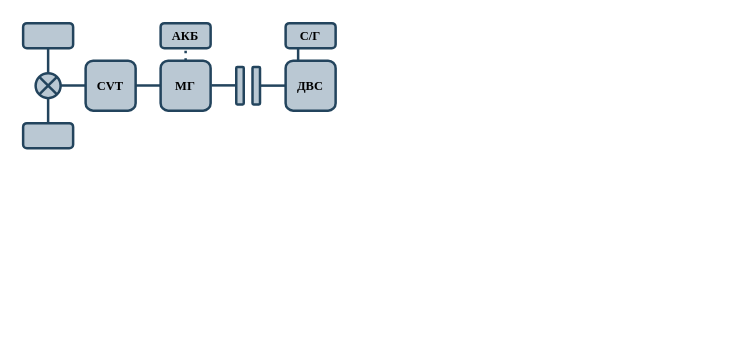
The draw.io diagram МояСхема.drawio in IbrahimDzheby/Diplom, before the edit. Source tidied: cells renumbered, new cells numbered last; positions are measured from the earlier drawing's top-left corner, leaving out a move shared by most shapes. Both pictures are drawn from the tidied source at 125%, with x=0, y=0 at pixel (22, 22).
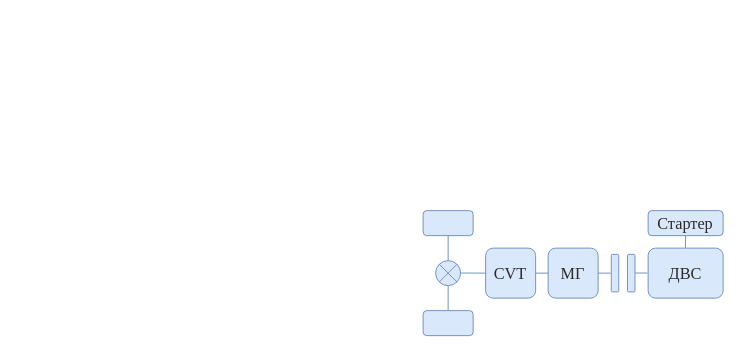
Above is the later version.

What changed in the source:
```diff
@@
-    <mxCell id="2" style="rounded=1;whiteSpace=wrap;html=1;strokeColor=#23445d;fillColor=#bac8d3;strokeWidth=2;fontStyle=1;fontSize=10;align=right;fontFamily=Times New Roman;" parent="1" vertex="1">
-      <mxGeometry x="110" y="30" width="40" height="40" as="geometry" />
-    </mxCell>
+    <mxCell id="25" style="rounded=1;whiteSpace=wrap;html=1;strokeWidth=0.75;fontStyle=0;fontSize=13;align=right;fontFamily=Times New Roman;fillColor=#dae8fc;strokeColor=#6c8ebf;fontColor=#2B2B2B;" parent="1" vertex="1">
+      <mxGeometry x="420" y="180" width="40" height="40" as="geometry" />
+    </mxCell>
-    <mxCell id="3" value="&lt;font&gt;ДВС&lt;/font&gt;" style="rounded=1;whiteSpace=wrap;html=1;strokeColor=#23445d;fillColor=#bac8d3;strokeWidth=2;fontStyle=1;fontSize=10;fontFamily=Times New Roman;" parent="1" vertex="1">
-      <mxGeometry x="210" y="30" width="40" height="40" as="geometry" />
+    <mxCell id="3" value="&lt;font&gt;ДВС&lt;/font&gt;" style="rounded=1;whiteSpace=wrap;html=1;strokeWidth=0.75;fontStyle=0;fontSize=13;fontFamily=Times New Roman;fillColor=#dae8fc;strokeColor=#6c8ebf;fontColor=#2B2B2B;" parent="1" vertex="1">
+      <mxGeometry x="500" y="180" width="60" height="40" as="geometry" />
     </mxCell>
-    <mxCell id="4" style="group;fontFamily=Times New Roman;fontSize=10;" parent="1" vertex="1">
-      <mxGeometry x="160" y="35" width="40" height="30" as="geometry" />
-    </mxCell>
-    <mxCell id="5" style="rounded=1;whiteSpace=wrap;html=1;fillColor=#bac8d3;strokeColor=#23445d;strokeWidth=2;fontFamily=Times New Roman;fontSize=10;" parent="4" vertex="1">
-      <mxGeometry x="10.5" width="6" height="30" as="geometry" />
-    </mxCell>
-    <mxCell id="6" style="rounded=1;whiteSpace=wrap;html=1;fillColor=#bac8d3;strokeColor=#23445d;strokeWidth=2;fontFamily=Times New Roman;fontSize=10;" parent="4" vertex="1">
-      <mxGeometry x="23.5" width="6" height="30" as="geometry" />
-    </mxCell>
-    <mxCell id="7" style="endArrow=none;html=1;rounded=0;strokeWidth=2;fillColor=#bac8d3;strokeColor=#23445d;entryX=0;entryY=0.5;entryDx=0;entryDy=0;fontFamily=Times New Roman;fontSize=10;" parent="4" edge="1">
-      <mxGeometry relative="1" as="geometry">
-        <mxPoint x="-9.4" y="14.8" as="sourcePoint" />
-        <mxPoint x="10.5" y="14.8" as="targetPoint" />
-      </mxGeometry>
-    </mxCell>
-    <mxCell id="8" style="endArrow=none;html=1;rounded=0;strokeWidth=2;fillColor=#bac8d3;strokeColor=#23445d;entryX=0;entryY=0.5;entryDx=0;entryDy=0;fontFamily=Times New Roman;fontSize=10;" parent="1" edge="1">
-      <mxGeometry relative="1" as="geometry">
-        <mxPoint x="190.1" y="50" as="sourcePoint" />
-        <mxPoint x="210" y="50" as="targetPoint" />
-      </mxGeometry>
-    </mxCell>
-    <mxCell id="9" value="АКБ" style="rounded=1;whiteSpace=wrap;html=1;strokeColor=#23445d;fillColor=#bac8d3;strokeWidth=2;fontStyle=1;fontSize=10;fontFamily=Times New Roman;" parent="1" vertex="1">
-      <mxGeometry x="110" width="40" height="20" as="geometry" />
-    </mxCell>
-    <mxCell id="10" style="ellipse;whiteSpace=wrap;html=1;fillColor=#bac8d3;strokeColor=#23445d;strokeWidth=2;fontFamily=Times New Roman;fontSize=10;" parent="1" vertex="1">
-      <mxGeometry x="10" y="40" width="20" height="20" as="geometry" />
-    </mxCell>
-    <mxCell id="11" style="endArrow=none;html=1;rounded=0;fontSize=10;startSize=8;endSize=8;curved=1;entryX=1;entryY=0;entryDx=0;entryDy=0;exitX=0;exitY=1;exitDx=0;exitDy=0;fillColor=#bac8d3;strokeColor=#23445d;strokeWidth=2;fontFamily=Times New Roman;" parent="1" edge="1" source="10" target="10">
-      <mxGeometry relative="1" as="geometry" />
-    </mxCell>
-    <mxCell id="12" style="endArrow=none;html=1;rounded=0;fontSize=10;startSize=8;endSize=8;curved=1;entryX=0;entryY=0;entryDx=0;entryDy=0;exitX=1;exitY=1;exitDx=0;exitDy=0;fillColor=#bac8d3;strokeColor=#23445d;strokeWidth=2;fontFamily=Times New Roman;" parent="1" edge="1" source="10" target="10">
-      <mxGeometry relative="1" as="geometry" />
-    </mxCell>
-    <mxCell id="13" style="rounded=1;whiteSpace=wrap;html=1;strokeColor=#23445d;fillColor=#bac8d3;strokeWidth=2;fontStyle=1;fontSize=10;fontFamily=Times New Roman;" parent="1" vertex="1">
-      <mxGeometry width="40" height="20" as="geometry" />
-    </mxCell>
-    <mxCell id="14" style="rounded=1;whiteSpace=wrap;html=1;strokeColor=#23445d;fillColor=#bac8d3;strokeWidth=2;fontStyle=1;fontSize=10;fontFamily=Times New Roman;" parent="1" vertex="1">
-      <mxGeometry y="80" width="40" height="20" as="geometry" />
-    </mxCell>
-    <mxCell id="15" style="endArrow=none;html=1;rounded=0;strokeWidth=2;fillColor=#bac8d3;strokeColor=#23445d;entryX=0.5;entryY=0;entryDx=0;entryDy=0;exitX=0.5;exitY=1;exitDx=0;exitDy=0;fontFamily=Times New Roman;fontSize=10;" parent="1" edge="1" source="10" target="14">
-      <mxGeometry relative="1" as="geometry" />
-    </mxCell>
-    <mxCell id="16" style="endArrow=none;html=1;rounded=0;strokeWidth=2;fillColor=#bac8d3;strokeColor=#23445d;entryX=0.5;entryY=0;entryDx=0;entryDy=0;fontFamily=Times New Roman;fontSize=10;" parent="1" edge="1" target="10">
-      <mxGeometry relative="1" as="geometry">
-        <mxPoint x="20" y="20" as="sourcePoint" />
-      </mxGeometry>
-    </mxCell>
+    <mxCell id="26" style="ellipse;whiteSpace=wrap;html=1;strokeWidth=0.75;fontFamily=Times New Roman;fontSize=13;fontStyle=0;fillColor=#dae8fc;strokeColor=#6c8ebf;fontColor=#2B2B2B;" parent="1" vertex="1">
+      <mxGeometry x="330" y="190" width="20" height="20" as="geometry" />
+    </mxCell>
+    <mxCell id="27" style="endArrow=none;html=1;rounded=0;fontSize=13;startSize=8;endSize=8;curved=1;entryX=1;entryY=0;entryDx=0;entryDy=0;exitX=0;exitY=1;exitDx=0;exitDy=0;strokeWidth=0.75;fontFamily=Times New Roman;fontStyle=0;fontColor=#2B2B2B;fillColor=#dae8fc;strokeColor=#6c8ebf;" parent="1" edge="1" source="26" target="26">
+      <mxGeometry relative="1" as="geometry" />
+    </mxCell>
+    <mxCell id="28" style="endArrow=none;html=1;rounded=0;fontSize=13;startSize=8;endSize=8;curved=1;entryX=0;entryY=0;entryDx=0;entryDy=0;exitX=1;exitY=1;exitDx=0;exitDy=0;strokeWidth=0.75;fontFamily=Times New Roman;fontStyle=0;fontColor=#2B2B2B;fillColor=#dae8fc;strokeColor=#6c8ebf;" parent="1" edge="1" source="26" target="26">
+      <mxGeometry relative="1" as="geometry" />
+    </mxCell>
+    <mxCell id="29" style="rounded=1;whiteSpace=wrap;html=1;strokeWidth=0.75;fontStyle=0;fontSize=13;fontFamily=Times New Roman;fillColor=#dae8fc;strokeColor=#6c8ebf;fontColor=#2B2B2B;" parent="1" vertex="1">
+      <mxGeometry x="320" y="150" width="40" height="20" as="geometry" />
+    </mxCell>
+    <mxCell id="30" style="rounded=1;whiteSpace=wrap;html=1;strokeWidth=0.75;fontStyle=0;fontSize=13;fontFamily=Times New Roman;fillColor=#dae8fc;strokeColor=#6c8ebf;fontColor=#2B2B2B;" parent="1" vertex="1">
+      <mxGeometry x="320" y="230" width="40" height="20" as="geometry" />
+    </mxCell>
+    <mxCell id="31" style="endArrow=none;html=1;rounded=0;strokeWidth=0.75;entryX=0.5;entryY=0;entryDx=0;entryDy=0;exitX=0.5;exitY=1;exitDx=0;exitDy=0;fontFamily=Times New Roman;fontSize=13;fontStyle=0;fontColor=#2B2B2B;fillColor=#dae8fc;strokeColor=#6c8ebf;" parent="1" edge="1" source="26" target="30">
+      <mxGeometry relative="1" as="geometry" />
+    </mxCell>
+    <mxCell id="32" style="endArrow=none;html=1;rounded=0;strokeWidth=0.75;entryX=0.5;entryY=0;entryDx=0;entryDy=0;fontFamily=Times New Roman;fontSize=13;fontStyle=0;fontColor=#2B2B2B;fillColor=#dae8fc;strokeColor=#6c8ebf;" parent="1" edge="1" target="26">
+      <mxGeometry relative="1" as="geometry">
+        <mxPoint x="340" y="170" as="sourcePoint" />
+      </mxGeometry>
+    </mxCell>
-    <mxCell id="17" value="&lt;div&gt;МГ&lt;/div&gt;" style="text;html=1;whiteSpace=wrap;strokeColor=none;fillColor=none;align=center;verticalAlign=middle;rounded=0;fontStyle=1;fontFamily=Times New Roman;fontSize=10;" parent="1" vertex="1">
-      <mxGeometry x="110" y="35" width="40" height="30" as="geometry" />
+    <mxCell id="17" value="&lt;div&gt;МГ&lt;/div&gt;" style="text;html=1;whiteSpace=wrap;align=center;verticalAlign=middle;rounded=0;fontStyle=0;fontFamily=Times New Roman;fontSize=13;strokeWidth=0.75;fillColor=#dae8fc;strokeColor=none;fontColor=#2B2B2B;" parent="1" vertex="1">
+      <mxGeometry x="430" y="185" width="20" height="30" as="geometry" />
     </mxCell>
-    <mxCell id="18" style="endArrow=none;html=1;rounded=0;fillColor=#bac8d3;strokeColor=#23445d;strokeWidth=2;entryX=0.5;entryY=1;entryDx=0;entryDy=0;dashed=1;exitX=0.5;exitY=0;exitDx=0;exitDy=0;fontFamily=Times New Roman;fontSize=10;dashPattern=1 2;" parent="1" edge="1" source="2" target="9">
-      <mxGeometry relative="1" as="geometry" />
-    </mxCell>
-    <mxCell id="19" style="rounded=1;whiteSpace=wrap;html=1;strokeColor=#23445d;fillColor=#bac8d3;strokeWidth=2;fontStyle=1;fontSize=10;align=right;fontFamily=Times New Roman;" parent="1" vertex="1">
-      <mxGeometry x="50" y="30" width="40" height="40" as="geometry" />
-    </mxCell>
+    <mxCell id="33" style="rounded=1;whiteSpace=wrap;html=1;strokeWidth=0.75;fontStyle=0;fontSize=13;align=right;fontFamily=Times New Roman;fillColor=#dae8fc;strokeColor=#6c8ebf;fontColor=#2B2B2B;" parent="1" vertex="1">
+      <mxGeometry x="370" y="180" width="40" height="40" as="geometry" />
+    </mxCell>
-    <mxCell id="20" value="&lt;div&gt;CVT&lt;/div&gt;" style="text;html=1;whiteSpace=wrap;strokeColor=none;fillColor=none;align=center;verticalAlign=middle;rounded=0;fontStyle=1;fontFamily=Times New Roman;fontSize=10;" parent="1" vertex="1">
-      <mxGeometry x="50" y="35" width="40" height="30" as="geometry" />
+    <mxCell id="20" value="&lt;div&gt;CVT&lt;/div&gt;" style="text;html=1;whiteSpace=wrap;align=center;verticalAlign=middle;rounded=0;fontStyle=0;fontFamily=Times New Roman;fontSize=13;strokeWidth=0.75;fillColor=#dae8fc;strokeColor=none;fontColor=#2B2B2B;" parent="1" vertex="1">
+      <mxGeometry x="380" y="185" width="20" height="30" as="geometry" />
     </mxCell>
-    <mxCell id="21" style="endArrow=none;html=1;rounded=0;strokeWidth=2;fillColor=#bac8d3;strokeColor=#23445d;entryX=0;entryY=0.5;entryDx=0;entryDy=0;fontFamily=Times New Roman;fontSize=10;" parent="1" edge="1">
-      <mxGeometry relative="1" as="geometry">
-        <mxPoint x="90" y="49.9" as="sourcePoint" />
-        <mxPoint x="109.9" y="49.9" as="targetPoint" />
-      </mxGeometry>
-    </mxCell>
-    <mxCell id="22" style="endArrow=none;html=1;rounded=0;strokeWidth=2;fillColor=#bac8d3;strokeColor=#23445d;entryX=0;entryY=0.5;entryDx=0;entryDy=0;fontFamily=Times New Roman;fontSize=10;" parent="1" edge="1">
-      <mxGeometry relative="1" as="geometry">
-        <mxPoint x="30.1" y="49.9" as="sourcePoint" />
-        <mxPoint x="50" y="49.9" as="targetPoint" />
-      </mxGeometry>
-    </mxCell>
-    <mxCell id="23" value="&lt;span&gt;С/Г&lt;/span&gt;" style="rounded=1;whiteSpace=wrap;html=1;strokeColor=#23445d;fillColor=#bac8d3;strokeWidth=2;fontStyle=1;fontSize=10;fontFamily=Times New Roman;" parent="1" vertex="1">
-      <mxGeometry x="210" width="40" height="20" as="geometry" />
-    </mxCell>
-    <mxCell id="24" style="endArrow=none;html=1;rounded=0;strokeWidth=2;fillColor=#bac8d3;strokeColor=#23445d;entryX=0.5;entryY=1;entryDx=0;entryDy=0;fontFamily=Times New Roman;fontSize=10;exitX=0.5;exitY=0;exitDx=0;exitDy=0;" parent="1" edge="1">
-      <mxGeometry relative="1" as="geometry">
-        <mxPoint x="220" y="30" as="sourcePoint" />
-        <mxPoint x="220" y="20" as="targetPoint" />
-      </mxGeometry>
-    </mxCell>
+    <mxCell id="34" style="endArrow=none;html=1;rounded=0;strokeWidth=0.75;fontFamily=Times New Roman;fontSize=13;fontStyle=0;fontColor=#2B2B2B;fillColor=#dae8fc;strokeColor=#6c8ebf;" parent="1" edge="1">
+      <mxGeometry relative="1" as="geometry">
+        <mxPoint x="410" y="200" as="sourcePoint" />
+        <mxPoint x="420" y="200" as="targetPoint" />
+      </mxGeometry>
+    </mxCell>
+    <mxCell id="35" style="endArrow=none;html=1;rounded=0;strokeWidth=0.75;fontFamily=Times New Roman;fontSize=13;fontStyle=0;fontColor=#2B2B2B;fillColor=#dae8fc;strokeColor=#6c8ebf;" parent="1" edge="1">
+      <mxGeometry relative="1" as="geometry">
+        <mxPoint x="350.1" y="199.9" as="sourcePoint" />
+        <mxPoint x="370" y="200" as="targetPoint" />
+      </mxGeometry>
+    </mxCell>
+    <mxCell id="36" value="&lt;span&gt;Стартер&lt;/span&gt;" style="rounded=1;whiteSpace=wrap;html=1;strokeWidth=0.75;fontStyle=0;fontSize=13;fontFamily=Times New Roman;fillColor=#dae8fc;strokeColor=#6c8ebf;fontColor=#2B2B2B;" parent="1" vertex="1">
+      <mxGeometry x="500" y="150" width="60" height="20" as="geometry" />
+    </mxCell>
+    <mxCell id="37" style="endArrow=none;html=1;rounded=0;strokeWidth=0.75;entryX=0.5;entryY=1;entryDx=0;entryDy=0;fontFamily=Times New Roman;fontSize=13;exitX=0.5;exitY=0;exitDx=0;exitDy=0;fontStyle=0;fontColor=#2B2B2B;fillColor=#dae8fc;strokeColor=#6c8ebf;" parent="1" edge="1">
+      <mxGeometry relative="1" as="geometry">
+        <mxPoint x="529.9" y="180" as="sourcePoint" />
+        <mxPoint x="529.9" y="170" as="targetPoint" />
+      </mxGeometry>
+    </mxCell>
+    <mxCell id="38" style="rounded=1;whiteSpace=wrap;html=1;strokeWidth=0.75;fontFamily=Times New Roman;fontSize=13;fontStyle=0;fillColor=#dae8fc;strokeColor=#6c8ebf;fontColor=#2B2B2B;" parent="1" vertex="1">
+      <mxGeometry x="470.5" y="185" width="6" height="30" as="geometry" />
+    </mxCell>
+    <mxCell id="39" style="rounded=1;whiteSpace=wrap;html=1;strokeWidth=0.75;fontFamily=Times New Roman;fontSize=13;fontStyle=0;fillColor=#dae8fc;strokeColor=#6c8ebf;fontColor=#2B2B2B;" parent="1" vertex="1">
+      <mxGeometry x="483.5" y="185" width="6" height="30" as="geometry" />
+    </mxCell>
+    <mxCell id="40" style="endArrow=none;html=1;rounded=0;strokeWidth=0.75;fontFamily=Times New Roman;fontSize=13;fontStyle=0;fontColor=#2B2B2B;fillColor=#dae8fc;strokeColor=#6c8ebf;" parent="1" edge="1">
+      <mxGeometry relative="1" as="geometry">
+        <mxPoint x="460" y="200" as="sourcePoint" />
+        <mxPoint x="470" y="200" as="targetPoint" />
+      </mxGeometry>
+    </mxCell>
+    <mxCell id="41" style="endArrow=none;html=1;rounded=0;strokeWidth=0.75;fontFamily=Times New Roman;fontSize=13;fontStyle=0;fontColor=#2B2B2B;fillColor=#dae8fc;strokeColor=#6c8ebf;" parent="1" edge="1">
+      <mxGeometry relative="1" as="geometry">
+        <mxPoint x="489.5" y="199.9" as="sourcePoint" />
+        <mxPoint x="499.5" y="199.9" as="targetPoint" />
+      </mxGeometry>
+    </mxCell>
```
